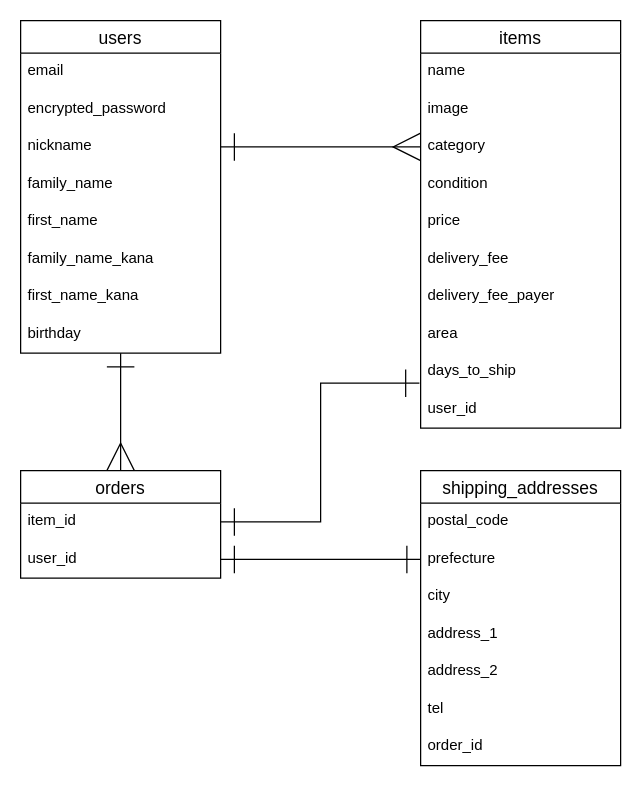
hedgehog248/furima-38018 keeps this draw.io diagram as ER.dio. Above is the earlier version. Source tidied: cells renumbered, new cells numbered last; positions are measured from the earlier drawing's top-left corner, leaving out a move shared by most shapes. Both pictures are drawn from the tidied source at 125%, with x=0, y=0 at pixel (20, 20).
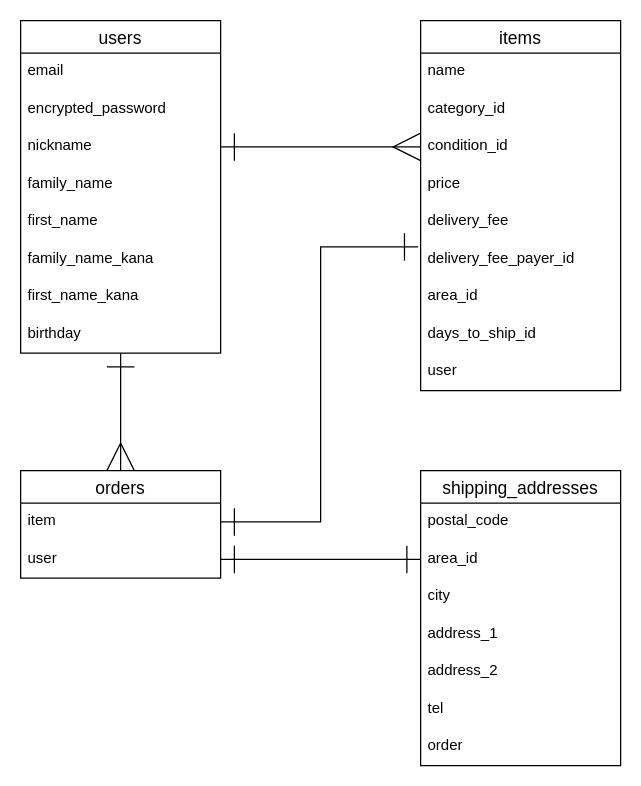
Above is the later version.

The change refers to these unchanged cells:
```xml
<mxCell id="6" value="nickname" style="text;strokeColor=none;fillColor=none;spacingLeft=4;spacingRight=4;overflow=hidden;points=[[0,0.5],[1,0.5]];portConstraint=eastwest;fontSize=12;" parent="3" vertex="1">
  <mxGeometry y="86" width="160" height="30" as="geometry" />
</mxCell>
<mxCell id="24" value="orders" style="swimlane;fontStyle=0;horizontal=1;startSize=26;align=center;fontSize=14;" parent="1" vertex="1">
  <mxGeometry y="360" width="160" height="86" as="geometry" />
</mxCell>
<mxCell id="27" value="shipping_addresses" style="swimlane;fontStyle=0;horizontal=1;startSize=26;align=center;fontSize=14;" parent="1" vertex="1">
  <mxGeometry x="320" y="360" width="160" height="236" as="geometry" />
</mxCell>
```

The edit, as a diff of the source:
```diff
@@
     <mxCell id="12" value="items" style="swimlane;fontStyle=0;horizontal=1;startSize=26;align=center;fontSize=14;" parent="1" vertex="1">
-      <mxGeometry x="320" width="160" height="326" as="geometry" />
+      <mxGeometry x="320" width="160" height="296" as="geometry" />
     </mxCell>
@@
-    <mxCell id="14" value="image" style="text;strokeColor=none;fillColor=none;spacingLeft=4;spacingRight=4;overflow=hidden;fontSize=12;" parent="12" vertex="1">
-      <mxGeometry y="56" width="160" height="30" as="geometry" />
-    </mxCell>
-    <mxCell id="15" value="category" style="text;strokeColor=none;fillColor=none;spacingLeft=4;spacingRight=4;overflow=hidden;points=[[0,0.5],[1,0.5]];portConstraint=eastwest;fontSize=12;" parent="12" vertex="1">
-      <mxGeometry y="86" width="160" height="30" as="geometry" />
+    <mxCell id="15" value="category_id" style="text;strokeColor=none;fillColor=none;spacingLeft=4;spacingRight=4;overflow=hidden;points=[[0,0.5],[1,0.5]];portConstraint=eastwest;fontSize=12;" parent="12" vertex="1">
+      <mxGeometry y="56" width="160" height="30" as="geometry" />
     </mxCell>
-    <mxCell id="16" value="condition" style="text;strokeColor=none;fillColor=none;spacingLeft=4;spacingRight=4;overflow=hidden;points=[[0,0.5],[1,0.5]];portConstraint=eastwest;fontSize=12;" parent="12" vertex="1">
-      <mxGeometry y="116" width="160" height="30" as="geometry" />
+    <mxCell id="16" value="condition_id" style="text;strokeColor=none;fillColor=none;spacingLeft=4;spacingRight=4;overflow=hidden;points=[[0,0.5],[1,0.5]];portConstraint=eastwest;fontSize=12;" parent="12" vertex="1">
+      <mxGeometry y="86" width="160" height="30" as="geometry" />
     </mxCell>
     <mxCell id="17" value="price" style="text;strokeColor=none;fillColor=none;spacingLeft=4;spacingRight=4;overflow=hidden;fontSize=12;" parent="12" vertex="1">
-      <mxGeometry y="146" width="160" height="30" as="geometry" />
+      <mxGeometry y="116" width="160" height="30" as="geometry" />
     </mxCell>
     <mxCell id="18" value="delivery_fee" style="text;strokeColor=none;fillColor=none;spacingLeft=4;spacingRight=4;overflow=hidden;fontSize=12;" parent="12" vertex="1">
-      <mxGeometry y="176" width="160" height="30" as="geometry" />
+      <mxGeometry y="146" width="160" height="30" as="geometry" />
     </mxCell>
-    <mxCell id="19" value="delivery_fee_payer" style="text;strokeColor=none;fillColor=none;spacingLeft=4;spacingRight=4;overflow=hidden;points=[[0,0.5],[1,0.5]];portConstraint=eastwest;fontSize=12;" parent="12" vertex="1">
-      <mxGeometry y="206" width="160" height="30" as="geometry" />
+    <mxCell id="19" value="delivery_fee_payer_id" style="text;strokeColor=none;fillColor=none;spacingLeft=4;spacingRight=4;overflow=hidden;points=[[0,0.5],[1,0.5]];portConstraint=eastwest;fontSize=12;" parent="12" vertex="1">
+      <mxGeometry y="176" width="160" height="30" as="geometry" />
     </mxCell>
-    <mxCell id="20" value="area" style="text;strokeColor=none;fillColor=none;spacingLeft=4;spacingRight=4;overflow=hidden;fontSize=12;" parent="12" vertex="1">
-      <mxGeometry y="236" width="160" height="30" as="geometry" />
+    <mxCell id="20" value="area_id" style="text;strokeColor=none;fillColor=none;spacingLeft=4;spacingRight=4;overflow=hidden;fontSize=12;" parent="12" vertex="1">
+      <mxGeometry y="206" width="160" height="30" as="geometry" />
     </mxCell>
-    <mxCell id="21" value="days_to_ship" style="text;strokeColor=none;fillColor=none;spacingLeft=4;spacingRight=4;overflow=hidden;points=[[0,0.5],[1,0.5]];portConstraint=eastwest;fontSize=12;" parent="12" vertex="1">
-      <mxGeometry y="266" width="160" height="30" as="geometry" />
+    <mxCell id="21" value="days_to_ship_id" style="text;strokeColor=none;fillColor=none;spacingLeft=4;spacingRight=4;overflow=hidden;points=[[0,0.5],[1,0.5]];portConstraint=eastwest;fontSize=12;" parent="12" vertex="1">
+      <mxGeometry y="236" width="160" height="30" as="geometry" />
     </mxCell>
-    <mxCell id="22" value="user_id" style="text;strokeColor=none;fillColor=none;spacingLeft=4;spacingRight=4;overflow=hidden;fontSize=12;" parent="12" vertex="1">
-      <mxGeometry y="296" width="160" height="30" as="geometry" />
+    <mxCell id="22" value="user" style="text;strokeColor=none;fillColor=none;spacingLeft=4;spacingRight=4;overflow=hidden;fontSize=12;" parent="12" vertex="1">
+      <mxGeometry y="266" width="160" height="30" as="geometry" />
     </mxCell>
-    <mxCell id="23" style="edgeStyle=orthogonalEdgeStyle;html=1;exitX=1;exitY=0.5;exitDx=0;exitDy=0;entryX=-0.006;entryY=0.8;entryDx=0;entryDy=0;entryPerimeter=0;startArrow=ERone;startFill=0;endArrow=ERone;endFill=0;startSize=20;endSize=20;rounded=0;" parent="1" edge="1" source="25" target="21">
+    <mxCell id="23" style="edgeStyle=orthogonalEdgeStyle;html=1;exitX=1;exitY=0.5;exitDx=0;exitDy=0;entryX=-0.012;entryY=0.167;entryDx=0;entryDy=0;entryPerimeter=0;startArrow=ERone;startFill=0;endArrow=ERone;endFill=0;startSize=20;endSize=20;rounded=0;" parent="1" edge="1" source="25" target="19">
       <mxGeometry relative="1" as="geometry" />
     </mxCell>
@@
-    <mxCell id="25" value="item_id" style="text;strokeColor=none;fillColor=none;spacingLeft=4;spacingRight=4;overflow=hidden;points=[[0,0.5],[1,0.5]];portConstraint=eastwest;fontSize=12;" parent="24" vertex="1">
+    <mxCell id="25" value="item" style="text;strokeColor=none;fillColor=none;spacingLeft=4;spacingRight=4;overflow=hidden;points=[[0,0.5],[1,0.5]];portConstraint=eastwest;fontSize=12;" parent="24" vertex="1">
       <mxGeometry y="26" width="160" height="30" as="geometry" />
     </mxCell>
-    <mxCell id="26" value="user_id" style="text;strokeColor=none;fillColor=none;spacingLeft=4;spacingRight=4;overflow=hidden;points=[[0,0.5],[1,0.5]];portConstraint=eastwest;fontSize=12;" parent="24" vertex="1">
+    <mxCell id="26" value="user" style="text;strokeColor=none;fillColor=none;spacingLeft=4;spacingRight=4;overflow=hidden;points=[[0,0.5],[1,0.5]];portConstraint=eastwest;fontSize=12;" parent="24" vertex="1">
       <mxGeometry y="56" width="160" height="30" as="geometry" />
     </mxCell>
@@
-    <mxCell id="29" value="prefecture" style="text;strokeColor=none;fillColor=none;spacingLeft=4;spacingRight=4;overflow=hidden;points=[[0,0.5],[1,0.5]];portConstraint=eastwest;fontSize=12;" parent="27" vertex="1">
+    <mxCell id="29" value="area_id" style="text;strokeColor=none;fillColor=none;spacingLeft=4;spacingRight=4;overflow=hidden;points=[[0,0.5],[1,0.5]];portConstraint=eastwest;fontSize=12;" parent="27" vertex="1">
       <mxGeometry y="56" width="160" height="30" as="geometry" />
     </mxCell>
@@
-    <mxCell id="34" value="order_id" style="text;strokeColor=none;fillColor=none;spacingLeft=4;spacingRight=4;overflow=hidden;fontSize=12;" parent="27" vertex="1">
+    <mxCell id="34" value="order" style="text;strokeColor=none;fillColor=none;spacingLeft=4;spacingRight=4;overflow=hidden;fontSize=12;" parent="27" vertex="1">
       <mxGeometry y="206" width="160" height="30" as="geometry" />
     </mxCell>
-    <mxCell id="35" style="edgeStyle=none;html=1;exitX=1;exitY=0.5;exitDx=0;exitDy=0;entryX=0;entryY=0.5;entryDx=0;entryDy=0;endSize=20;startSize=20;endArrow=ERmany;endFill=0;startArrow=ERone;startFill=0;" parent="1" edge="1" source="6" target="15">
+    <mxCell id="35" style="edgeStyle=none;html=1;exitX=1;exitY=0.5;exitDx=0;exitDy=0;endSize=20;startSize=20;endArrow=ERmany;endFill=0;startArrow=ERone;startFill=0;entryX=0;entryY=0.5;entryDx=0;entryDy=0;" parent="1" edge="1" source="6" target="16">
       <mxGeometry relative="1" as="geometry" />
     </mxCell>
```
